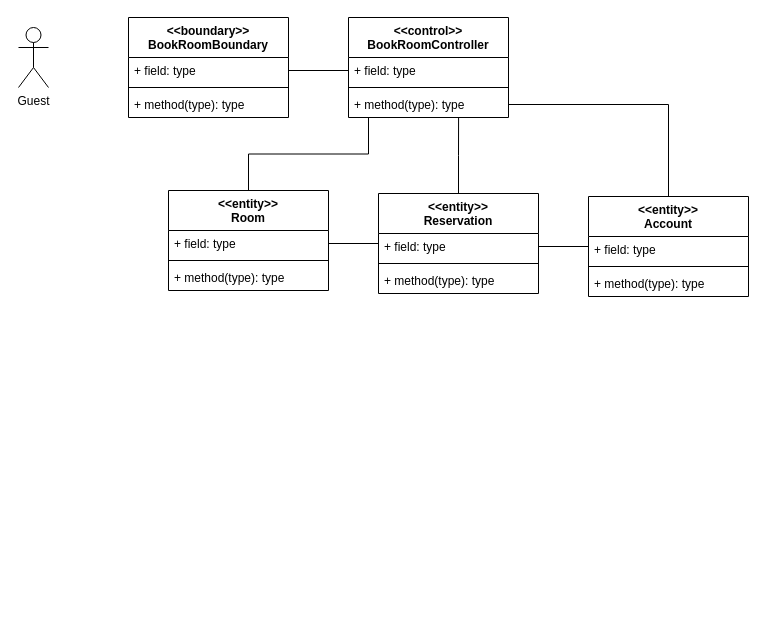
This is Docs/VoPC/VoPC BookRoom.drawio from nic-agos/DoveStudi, a draw.io file, before an edit. Source tidied: cells renumbered, new cells numbered last; positions are measured from the earlier drawing's top-left corner, leaving out a move shared by most shapes. Both pictures are drawn from the tidied source at 100%, with x=0, y=0 at pixel (18, 17).
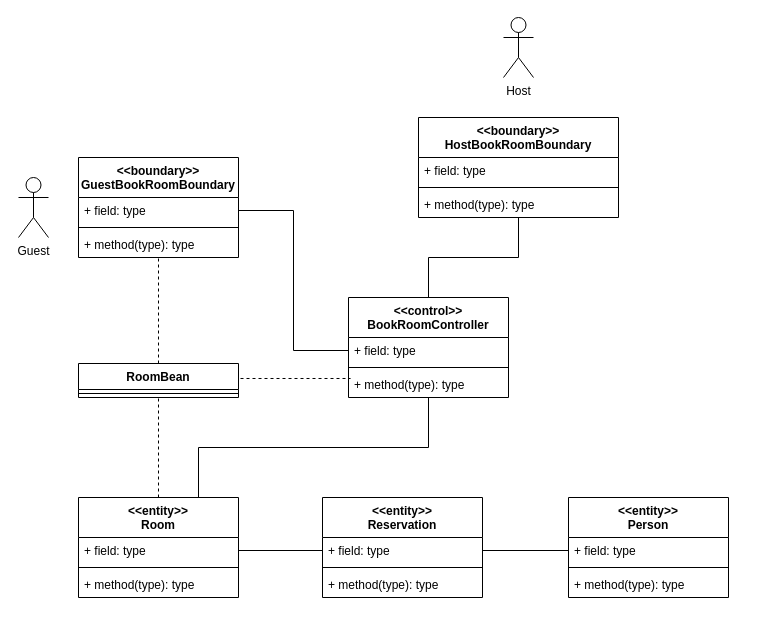
The same diagram, later.

Commit message:
added host boundary

Unchanged cells that the change refers to:
```xml
<mxCell id="4" value="+ field: type" style="text;strokeColor=none;fillColor=none;align=left;verticalAlign=top;spacingLeft=4;spacingRight=4;overflow=hidden;points=[[0,0.5],[1,0.5]];portConstraint=eastwest;" parent="3" vertex="1">
  <mxGeometry y="40" width="160" height="26" as="geometry" />
</mxCell>
<mxCell id="10" value="+ method(type): type" style="text;strokeColor=none;fillColor=none;align=left;verticalAlign=top;spacingLeft=4;spacingRight=4;overflow=hidden;points=[[0,0.5],[1,0.5]];portConstraint=eastwest;" parent="7" vertex="1">
  <mxGeometry y="74" width="160" height="26" as="geometry" />
</mxCell>
<mxCell id="18" value="+ field: type" style="text;strokeColor=none;fillColor=none;align=left;verticalAlign=top;spacingLeft=4;spacingRight=4;overflow=hidden;points=[[0,0.5],[1,0.5]];portConstraint=eastwest;" parent="17" vertex="1">
  <mxGeometry y="40" width="160" height="26" as="geometry" />
</mxCell>
<mxCell id="24" value="+ field: type" style="text;strokeColor=none;fillColor=none;align=left;verticalAlign=top;spacingLeft=4;spacingRight=4;overflow=hidden;points=[[0,0.5],[1,0.5]];portConstraint=eastwest;" parent="23" vertex="1">
  <mxGeometry y="40" width="160" height="26" as="geometry" />
</mxCell>
```

What changed in the source:
```diff
@@
-    <mxCell id="2" style="edgeStyle=orthogonalEdgeStyle;rounded=0;jettySize=auto;html=1;exitX=0.5;exitY=0;exitDx=0;exitDy=0;entryX=0.688;entryY=1;entryDx=0;entryDy=0;entryPerimeter=0;endArrow=none;endFill=0;" parent="1" edge="1" source="3" target="10">
-      <mxGeometry relative="1" as="geometry" />
-    </mxCell>
     <mxCell id="3" value="&lt;&lt;entity&gt;&gt;&#10;Reservation" style="swimlane;fontStyle=1;align=center;verticalAlign=top;horizontal=1;startSize=40;" parent="1" vertex="1">
-      <mxGeometry x="360" y="176" width="160" height="100" as="geometry" />
+      <mxGeometry x="304" y="480" width="160" height="100" as="geometry" />
     </mxCell>
@@
+    <mxCell id="29" style="edgeStyle=orthogonalEdgeStyle;rounded=0;jettySize=auto;html=1;exitX=0.5;exitY=0;exitDx=0;exitDy=0;endArrow=none;endFill=0;" parent="1" edge="1" source="7" target="31">
+      <mxGeometry relative="1" as="geometry" />
+    </mxCell>
     <mxCell id="7" value="&lt;&lt;control&gt;&gt;&#10;BookRoomController" style="swimlane;fontStyle=1;align=center;verticalAlign=top;horizontal=1;startSize=40;" parent="1" vertex="1">
-      <mxGeometry x="330" width="160" height="100" as="geometry" />
+      <mxGeometry x="330" y="280" width="160" height="100" as="geometry" />
     </mxCell>
@@
-    <mxCell id="11" value="&lt;&lt;boundary&gt;&gt;&#10;BookRoomBoundary" style="swimlane;fontStyle=1;align=center;verticalAlign=top;horizontal=1;startSize=40;" parent="1" vertex="1">
-      <mxGeometry x="110" width="160" height="100" as="geometry" />
+    <mxCell id="11" value="&lt;&lt;boundary&gt;&gt;&#10;GuestBookRoomBoundary" style="swimlane;fontStyle=1;align=center;verticalAlign=top;horizontal=1;startSize=40;" parent="1" vertex="1">
+      <mxGeometry x="60" y="140" width="160" height="100" as="geometry" />
     </mxCell>
@@
     <mxCell id="15" value="Guest" style="shape=umlActor;verticalLabelPosition=bottom;verticalAlign=top;html=1;" parent="1" vertex="1">
-      <mxGeometry y="10" width="30" height="60" as="geometry" />
+      <mxGeometry y="160" width="30" height="60" as="geometry" />
     </mxCell>
+    <mxCell id="30" style="edgeStyle=orthogonalEdgeStyle;rounded=0;jettySize=auto;html=1;exitX=0.5;exitY=0;exitDx=0;exitDy=0;entryX=0.5;entryY=1;entryDx=0;entryDy=0;dashed=1;endArrow=none;endFill=0;" parent="1" edge="1" source="17" target="38">
+      <mxGeometry relative="1" as="geometry" />
+    </mxCell>
-    <mxCell id="16" style="edgeStyle=orthogonalEdgeStyle;rounded=0;jettySize=auto;html=1;exitX=0.5;exitY=0;exitDx=0;exitDy=0;entryX=0.125;entryY=1;entryDx=0;entryDy=0;entryPerimeter=0;endArrow=none;endFill=0;" parent="1" edge="1" source="17" target="10">
+    <mxCell id="16" style="edgeStyle=orthogonalEdgeStyle;rounded=0;jettySize=auto;html=1;exitX=0.75;exitY=0;exitDx=0;exitDy=0;entryX=0.5;entryY=1;entryDx=0;entryDy=0;entryPerimeter=0;endArrow=none;endFill=0;" parent="1" edge="1" source="17" target="10">
       <mxGeometry relative="1" as="geometry" />
     </mxCell>
     <mxCell id="17" value="&lt;&lt;entity&gt;&gt;&#10;Room" style="swimlane;fontStyle=1;align=center;verticalAlign=top;horizontal=1;startSize=40;" parent="1" vertex="1">
-      <mxGeometry x="150" y="173" width="160" height="100" as="geometry" />
+      <mxGeometry x="60" y="480" width="160" height="100" as="geometry" />
     </mxCell>
@@
-    <mxCell id="22" style="edgeStyle=orthogonalEdgeStyle;rounded=0;jettySize=auto;html=1;exitX=0.5;exitY=0;exitDx=0;exitDy=0;entryX=1;entryY=0.5;entryDx=0;entryDy=0;endArrow=none;endFill=0;" parent="1" edge="1" source="23" target="10">
-      <mxGeometry relative="1" as="geometry" />
-    </mxCell>
-    <mxCell id="23" value="&lt;&lt;entity&gt;&gt;&#10;Account" style="swimlane;fontStyle=1;align=center;verticalAlign=top;horizontal=1;startSize=40;" parent="1" vertex="1">
-      <mxGeometry x="570" y="179" width="160" height="100" as="geometry" />
+    <mxCell id="23" value="&lt;&lt;entity&gt;&gt;&#10;Person" style="swimlane;fontStyle=1;align=center;verticalAlign=top;horizontal=1;startSize=40;" parent="1" vertex="1">
+      <mxGeometry x="550" y="480" width="160" height="100" as="geometry" />
     </mxCell>
@@
-    <mxCell id="27" style="edgeStyle=orthogonalEdgeStyle;rounded=0;jettySize=auto;html=1;exitX=1;exitY=0.5;exitDx=0;exitDy=0;entryX=0;entryY=0.5;entryDx=0;entryDy=0;endArrow=none;endFill=0;" parent="1" edge="1" source="18" target="3">
-      <mxGeometry relative="1" as="geometry" />
-    </mxCell>
-    <mxCell id="28" style="edgeStyle=orthogonalEdgeStyle;rounded=0;jettySize=auto;html=1;exitX=1;exitY=0.5;exitDx=0;exitDy=0;entryX=0;entryY=0.5;entryDx=0;entryDy=0;endArrow=none;endFill=0;" parent="1" edge="1" source="4" target="23">
-      <mxGeometry relative="1" as="geometry" />
-    </mxCell>
+    <mxCell id="31" value="&lt;&lt;boundary&gt;&gt;&#10;HostBookRoomBoundary" style="swimlane;fontStyle=1;align=center;verticalAlign=top;horizontal=1;startSize=40;" parent="1" vertex="1">
+      <mxGeometry x="400" y="100" width="200" height="100" as="geometry" />
+    </mxCell>
+    <mxCell id="32" value="+ field: type" style="text;strokeColor=none;fillColor=none;align=left;verticalAlign=top;spacingLeft=4;spacingRight=4;overflow=hidden;" parent="31" vertex="1">
+      <mxGeometry y="40" width="200" height="26" as="geometry" />
+    </mxCell>
+    <mxCell id="33" style="line;strokeWidth=1;fillColor=none;align=left;verticalAlign=middle;spacingTop=-1;spacingLeft=3;spacingRight=3;labelPosition=right;" parent="31" vertex="1">
+      <mxGeometry y="66" width="200" height="8" as="geometry" />
+    </mxCell>
+    <mxCell id="34" value="+ method(type): type" style="text;strokeColor=none;fillColor=none;align=left;verticalAlign=top;spacingLeft=4;spacingRight=4;overflow=hidden;" parent="31" vertex="1">
+      <mxGeometry y="74" width="200" height="26" as="geometry" />
+    </mxCell>
+    <mxCell id="35" value="Host" style="shape=umlActor;verticalLabelPosition=bottom;verticalAlign=top;html=1;" parent="1" vertex="1">
+      <mxGeometry x="485" width="30" height="60" as="geometry" />
+    </mxCell>
+    <mxCell id="36" style="edgeStyle=orthogonalEdgeStyle;rounded=0;jettySize=auto;html=1;exitX=1;exitY=0.5;exitDx=0;exitDy=0;entryX=0.013;entryY=0.269;entryDx=0;entryDy=0;entryPerimeter=0;endArrow=none;endFill=0;dashed=1;" parent="1" edge="1" source="38" target="10">
+      <mxGeometry relative="1" as="geometry">
+        <Array as="points">
+          <mxPoint x="180" y="361" />
+        </Array>
+      </mxGeometry>
+    </mxCell>
+    <mxCell id="37" style="edgeStyle=orthogonalEdgeStyle;rounded=0;jettySize=auto;html=1;exitX=0.5;exitY=0;exitDx=0;exitDy=0;dashed=1;endArrow=none;endFill=0;" parent="1" edge="1" source="38" target="11">
+      <mxGeometry relative="1" as="geometry" />
+    </mxCell>
+    <mxCell id="38" value="RoomBean" style="swimlane;fontStyle=1;align=center;verticalAlign=top;horizontal=1;startSize=26;" parent="1" vertex="1">
+      <mxGeometry x="60" y="346" width="160" height="34" as="geometry" />
+    </mxCell>
+    <mxCell id="39" style="line;strokeWidth=1;fillColor=none;align=left;verticalAlign=middle;spacingTop=-1;spacingLeft=3;spacingRight=3;labelPosition=right;" parent="38" vertex="1">
+      <mxGeometry y="26" width="160" height="8" as="geometry" />
+    </mxCell>
+    <mxCell id="40" style="edgeStyle=orthogonalEdgeStyle;rounded=0;jettySize=auto;html=1;exitX=1;exitY=0.5;exitDx=0;exitDy=0;entryX=0;entryY=0.5;entryDx=0;entryDy=0;endArrow=none;endFill=0;" parent="1" edge="1" source="18" target="4">
+      <mxGeometry relative="1" as="geometry" />
+    </mxCell>
+    <mxCell id="41" style="edgeStyle=orthogonalEdgeStyle;rounded=0;jettySize=auto;html=1;exitX=1;exitY=0.5;exitDx=0;exitDy=0;endArrow=none;endFill=0;" parent="1" edge="1" source="4" target="24">
+      <mxGeometry relative="1" as="geometry" />
+    </mxCell>
```
